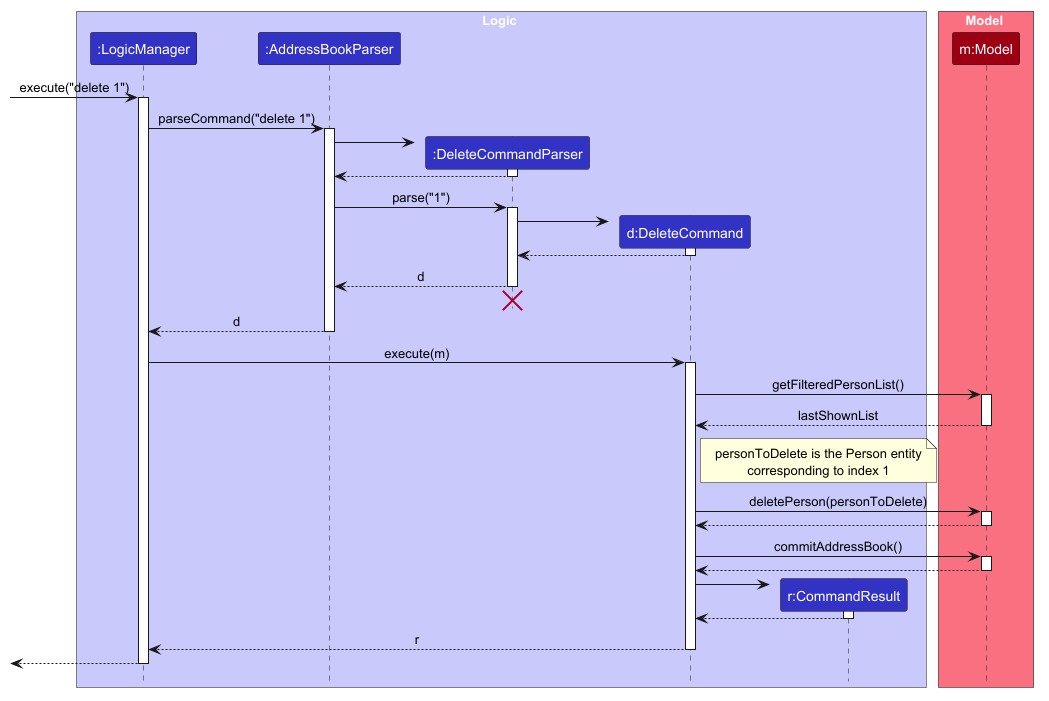
AY2627S1-CS2103T-F11-1/tp keeps this PlantUML diagram as docs/images/DeleteSequenceDiagram.png. Above is the earlier version. Its diagram source:
```plantuml
@startuml
!include style.puml
skinparam ArrowFontStyle plain

box Logic LOGIC_COLOR_T1
participant ":LogicManager" as LogicManager LOGIC_COLOR
participant ":AddressBookParser" as AddressBookParser LOGIC_COLOR
participant ":DeleteCommandParser" as DeleteCommandParser LOGIC_COLOR
participant "d:DeleteCommand" as DeleteCommand LOGIC_COLOR
participant "r:CommandResult" as CommandResult LOGIC_COLOR
end box

box Model MODEL_COLOR_T1
participant "m:Model" as Model MODEL_COLOR
end box

[-> LogicManager : execute("delete 1")
activate LogicManager

LogicManager -> AddressBookParser : parseCommand("delete 1")
activate AddressBookParser

create DeleteCommandParser
AddressBookParser -> DeleteCommandParser
activate DeleteCommandParser

DeleteCommandParser --> AddressBookParser
deactivate DeleteCommandParser

AddressBookParser -> DeleteCommandParser : parse("1")
activate DeleteCommandParser

create DeleteCommand
DeleteCommandParser -> DeleteCommand
activate DeleteCommand

DeleteCommand --> DeleteCommandParser :
deactivate DeleteCommand

DeleteCommandParser --> AddressBookParser : d
deactivate DeleteCommandParser
DeleteCommandParser -[hidden]-> AddressBookParser
destroy DeleteCommandParser

AddressBookParser --> LogicManager : d
deactivate AddressBookParser

LogicManager -> DeleteCommand : execute(m)
activate DeleteCommand

DeleteCommand -> Model : getFilteredPersonList()
activate Model

Model --> DeleteCommand : lastShownList
deactivate Model

note right of DeleteCommand
personToDelete is the Person entity
corresponding to index 1
end note

DeleteCommand -> Model : deletePerson(personToDelete)
activate Model

Model --> DeleteCommand
deactivate Model

DeleteCommand -> Model : commitAddressBook()
activate Model

Model --> DeleteCommand
deactivate Model

create CommandResult
DeleteCommand -> CommandResult
activate CommandResult

CommandResult --> DeleteCommand
deactivate CommandResult

DeleteCommand --> LogicManager : r
deactivate DeleteCommand

[<--LogicManager
deactivate LogicManager
@enduml
```
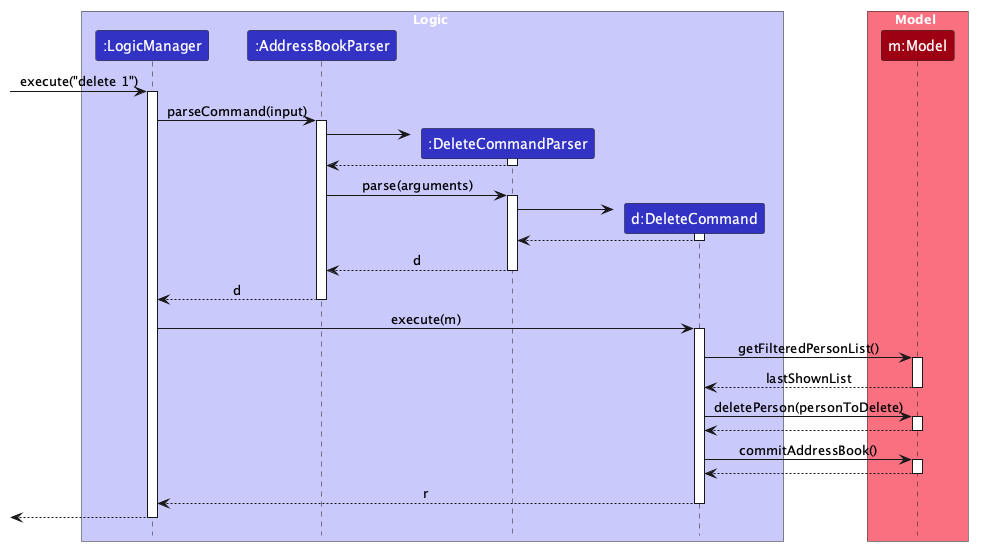
After the change.

The edit, as a diff of the source:
```diff
@@ -7,7 +7,6 @@
 participant ":AddressBookParser" as AddressBookParser LOGIC_COLOR
 participant ":DeleteCommandParser" as DeleteCommandParser LOGIC_COLOR
 participant "d:DeleteCommand" as DeleteCommand LOGIC_COLOR
-participant "r:CommandResult" as CommandResult LOGIC_COLOR
 end box
 
 box Model MODEL_COLOR_T1
@@ -17,7 +16,7 @@
 [-> LogicManager : execute("delete 1")
 activate LogicManager
 
-LogicManager -> AddressBookParser : parseCommand("delete 1")
+LogicManager -> AddressBookParser : parseCommand(input)
 activate AddressBookParser
 
 create DeleteCommandParser
@@ -27,7 +26,7 @@
 DeleteCommandParser --> AddressBookParser
 deactivate DeleteCommandParser
 
-AddressBookParser -> DeleteCommandParser : parse("1")
+AddressBookParser -> DeleteCommandParser : parse(arguments)
 activate DeleteCommandParser
 
 create DeleteCommand
@@ -39,8 +38,6 @@
 
 DeleteCommandParser --> AddressBookParser : d
 deactivate DeleteCommandParser
-DeleteCommandParser -[hidden]-> AddressBookParser
-destroy DeleteCommandParser
 
 AddressBookParser --> LogicManager : d
 deactivate AddressBookParser
@@ -54,10 +51,6 @@
 Model --> DeleteCommand : lastShownList
 deactivate Model
 
-note right of DeleteCommand
-personToDelete is the Person entity
-corresponding to index 1
-end note
 
 DeleteCommand -> Model : deletePerson(personToDelete)
 activate Model
@@ -71,12 +64,6 @@
 Model --> DeleteCommand
 deactivate Model
 
-create CommandResult
-DeleteCommand -> CommandResult
-activate CommandResult
-
-CommandResult --> DeleteCommand
-deactivate CommandResult
 
 DeleteCommand --> LogicManager : r
 deactivate DeleteCommand
```
